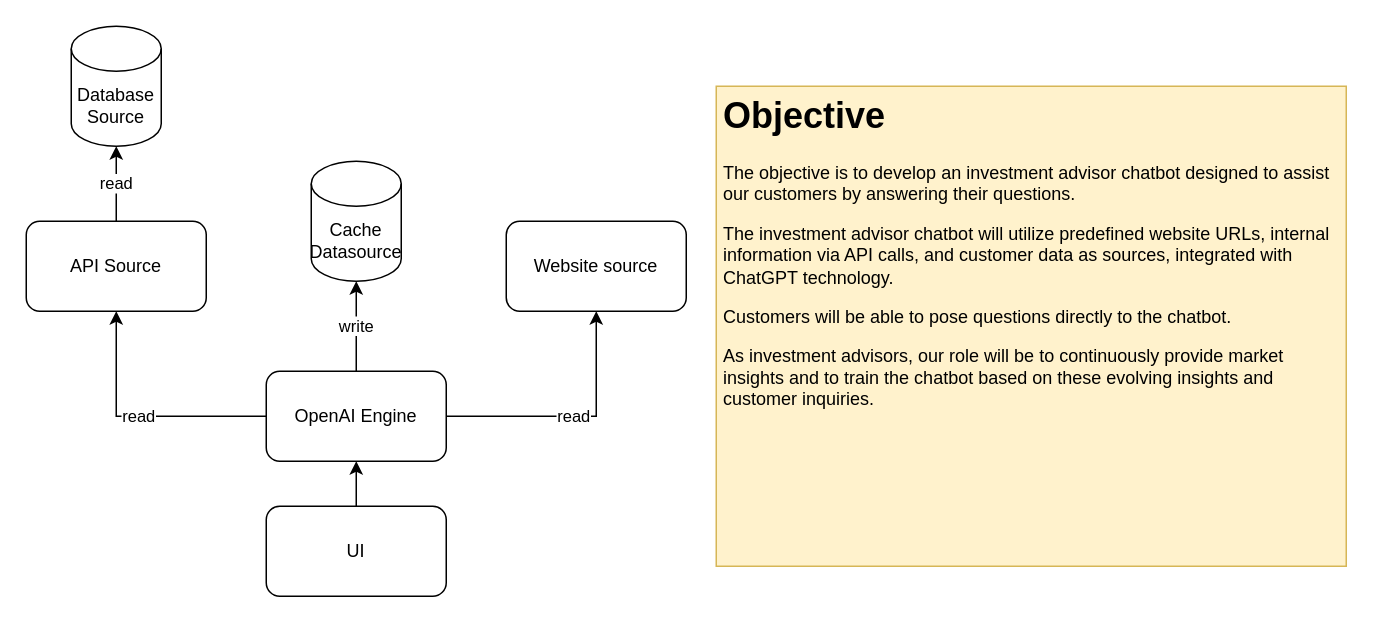
Earlier version of the draw.io diagram page "Page-1" (1 of 2) of src/app/app-invest-advisor-v2/diagram/draft.drawio (joeycmlam/njstool). Source tidied: cells renumbered, new cells numbered last; positions are measured from the earlier drawing's top-left corner, leaving out a move shared by most shapes. Both pictures are drawn from the tidied source at 150%, with x=0, y=0 at pixel (26, 26).
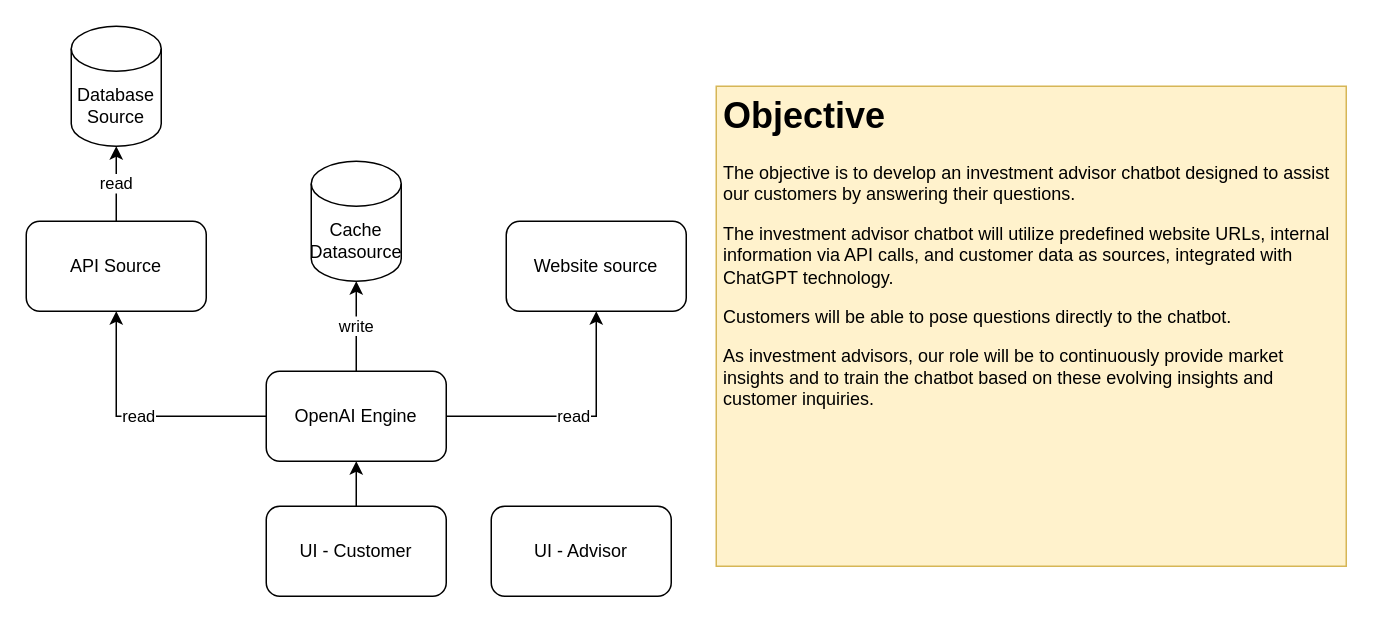
The same diagram, later.

What changed in the source:
```diff
@@
 <mxGraphModel>
   <root>
     <mxCell id="0" />
     <mxCell id="1" parent="0" />
     <mxCell id="2" value="API Source" style="rounded=1;whiteSpace=wrap;html=1;" parent="1" vertex="1">
       <mxGeometry y="130" width="120" height="60" as="geometry" />
     </mxCell>
     <mxCell id="3" value="Website source" style="rounded=1;whiteSpace=wrap;html=1;" parent="1" vertex="1">
       <mxGeometry x="320" y="130" width="120" height="60" as="geometry" />
     </mxCell>
     <mxCell id="4" value="Database Source" style="shape=cylinder3;whiteSpace=wrap;html=1;boundedLbl=1;backgroundOutline=1;size=15;" parent="1" vertex="1">
       <mxGeometry x="30" width="60" height="80" as="geometry" />
     </mxCell>
     <mxCell id="5" value="read" style="endArrow=classic;html=1;rounded=0;exitX=0.5;exitY=0;exitDx=0;exitDy=0;" parent="1" edge="1" source="2" target="4">
       <mxGeometry relative="1" as="geometry" />
     </mxCell>
     <mxCell id="6" value="OpenAI Engine" style="rounded=1;whiteSpace=wrap;html=1;" parent="1" vertex="1">
       <mxGeometry x="160" y="230" width="120" height="60" as="geometry" />
     </mxCell>
     <mxCell id="7" value="read" style="endArrow=classic;html=1;rounded=0;exitX=0;exitY=0.5;exitDx=0;exitDy=0;" parent="1" edge="1" source="6" target="2">
       <mxGeometry relative="1" as="geometry">
         <Array as="points">
           <mxPoint x="60" y="260" />
         </Array>
       </mxGeometry>
     </mxCell>
     <mxCell id="8" value="read" style="endArrow=classic;html=1;rounded=0;exitX=1;exitY=0.5;exitDx=0;exitDy=0;entryX=0.5;entryY=1;entryDx=0;entryDy=0;" parent="1" edge="1" source="6" target="3">
       <mxGeometry relative="1" as="geometry">
         <Array as="points">
           <mxPoint x="380" y="260" />
         </Array>
       </mxGeometry>
     </mxCell>
-    <mxCell id="9" value="UI" style="rounded=1;whiteSpace=wrap;html=1;" parent="1" vertex="1">
+    <mxCell id="9" value="UI - Customer" style="rounded=1;whiteSpace=wrap;html=1;" parent="1" vertex="1">
       <mxGeometry x="160" y="320" width="120" height="60" as="geometry" />
     </mxCell>
     <mxCell id="10" style="endArrow=classic;html=1;rounded=0;entryX=0.5;entryY=1;entryDx=0;entryDy=0;" parent="1" edge="1" source="9" target="6">
       <mxGeometry relative="1" as="geometry" />
     </mxCell>
     <mxCell id="11" value="Cache Datasource" style="shape=cylinder3;whiteSpace=wrap;html=1;boundedLbl=1;backgroundOutline=1;size=15;" parent="1" vertex="1">
       <mxGeometry x="190" y="90" width="60" height="80" as="geometry" />
     </mxCell>
     <mxCell id="12" value="write" style="endArrow=classic;html=1;rounded=0;entryX=0.5;entryY=1;entryDx=0;entryDy=0;entryPerimeter=0;exitX=0.5;exitY=0;exitDx=0;exitDy=0;" parent="1" edge="1" source="6" target="11">
       <mxGeometry relative="1" as="geometry" />
     </mxCell>
     <mxCell id="13" value="&lt;h1&gt;Objective&lt;/h1&gt;&lt;p&gt;&lt;span style=&quot;background-color: initial;&quot;&gt;The objective is to develop an investment advisor chatbot designed to assist our customers by answering their questions.&lt;/span&gt;&lt;br&gt;&lt;/p&gt;&lt;p&gt;The investment advisor chatbot will utilize predefined website URLs, internal information via API calls, and customer data as sources, integrated with ChatGPT technology.&lt;/p&gt;&lt;p&gt;Customers will be able to pose questions directly to the chatbot.&lt;/p&gt;&lt;p&gt;As investment advisors, our role will be to continuously provide market insights and to train the chatbot based on these evolving insights and customer inquiries.&lt;/p&gt;" style="text;html=1;strokeColor=#d6b656;fillColor=#FFF2CC;spacing=5;spacingTop=-20;whiteSpace=wrap;overflow=hidden;rounded=0;" parent="1" vertex="1">
       <mxGeometry x="460" y="40" width="420" height="320" as="geometry" />
     </mxCell>
+    <mxCell id="14" value="UI - Advisor" style="rounded=1;whiteSpace=wrap;html=1;" parent="1" vertex="1">
+      <mxGeometry x="310" y="320" width="120" height="60" as="geometry" />
+    </mxCell>
   </root>
 </mxGraphModel>
```
